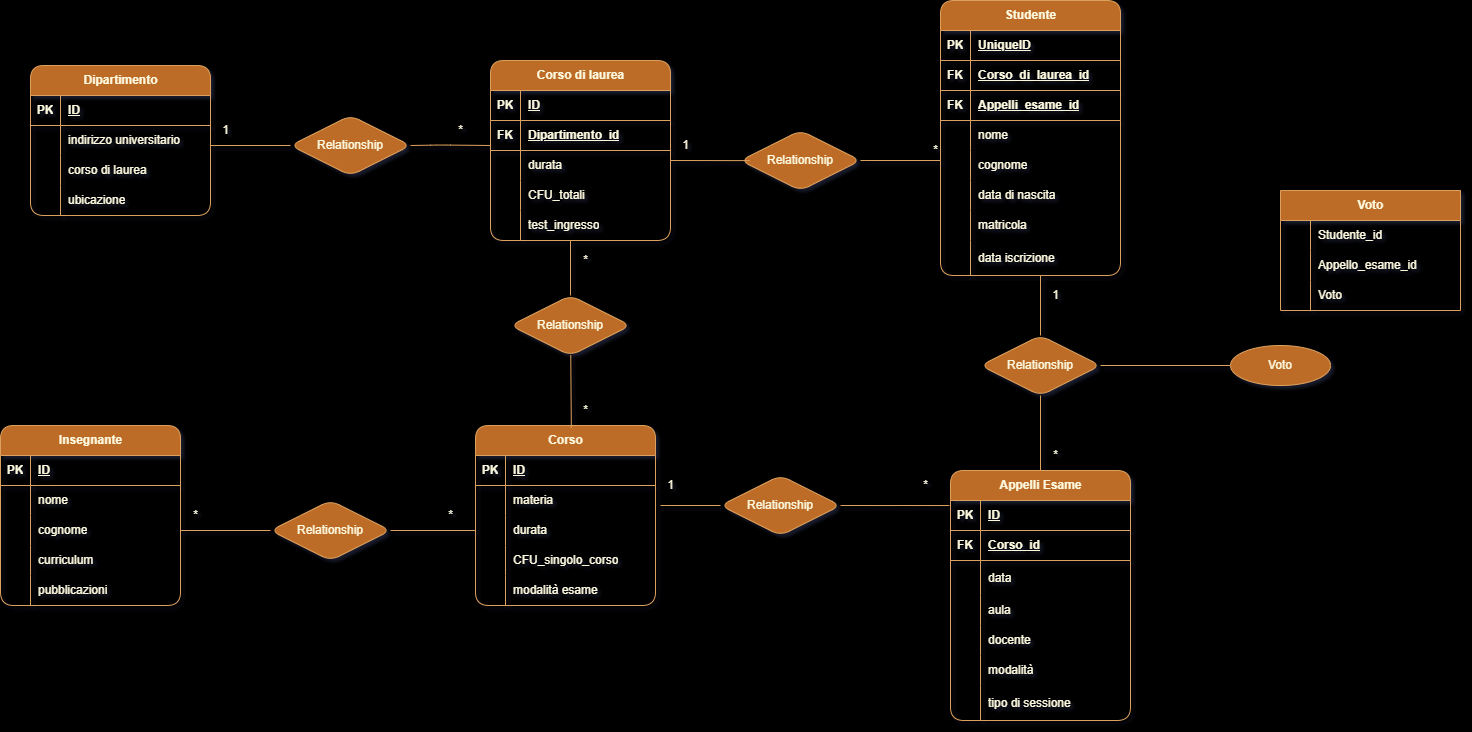
Before: db-university.png, a diagram exported from draw.io (AntonelloStefania/db-university). Source tidied: cells renumbered, new cells last; positions are measured from the earlier drawing's top-left corner, leaving out a move shared by most shapes.
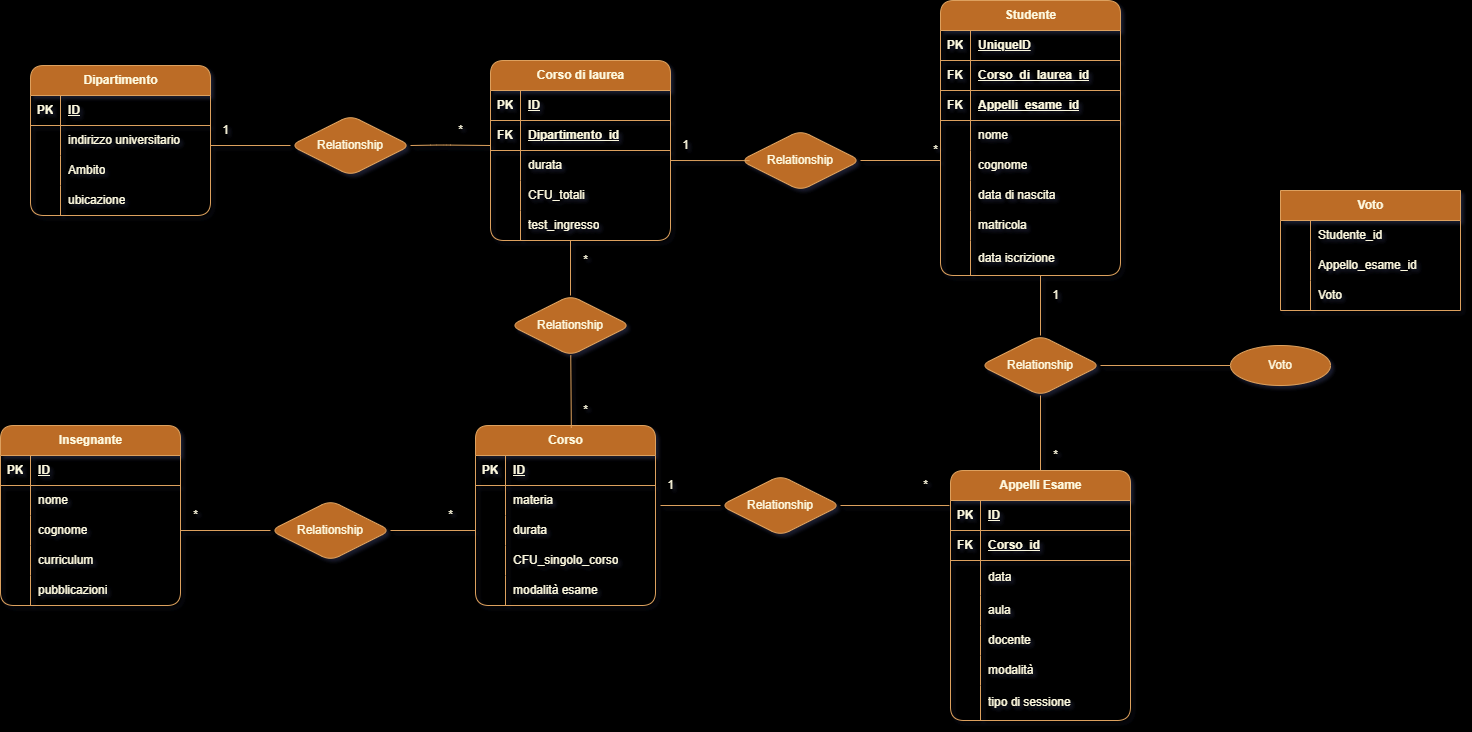
The same diagram one commit later.

Commit message:
esercizio completo

What changed in the source:
```diff
@@ -29,7 +29,7 @@
     <mxCell id="10" style="shape=partialRectangle;fillColor=none;top=0;left=0;bottom=0;right=0;overflow=hidden;whiteSpace=wrap;html=1;labelBackgroundColor=none;rounded=1;strokeColor=#DDA15E;fontColor=#FEFAE0;" parent="9" vertex="1">
       <mxGeometry width="30" height="30" as="geometry" />
     </mxCell>
-    <mxCell id="11" value="corso di laurea" style="shape=partialRectangle;fillColor=none;top=0;left=0;bottom=0;right=0;align=left;spacingLeft=6;overflow=hidden;whiteSpace=wrap;html=1;labelBackgroundColor=none;rounded=1;strokeColor=#DDA15E;fontColor=#FEFAE0;" parent="9" vertex="1">
+    <mxCell id="11" value="Ambito" style="shape=partialRectangle;fillColor=none;top=0;left=0;bottom=0;right=0;align=left;spacingLeft=6;overflow=hidden;whiteSpace=wrap;html=1;labelBackgroundColor=none;rounded=1;strokeColor=#DDA15E;fontColor=#FEFAE0;" parent="9" vertex="1">
       <mxGeometry x="30" width="150" height="30" as="geometry" />
     </mxCell>
     <mxCell id="12" style="shape=tableRow;horizontal=0;startSize=0;swimlaneHead=0;swimlaneBody=0;fillColor=none;top=0;left=0;right=0;bottom=0;labelBackgroundColor=none;rounded=1;strokeColor=#DDA15E;fontColor=#FEFAE0;" parent="2" vertex="1">
```
